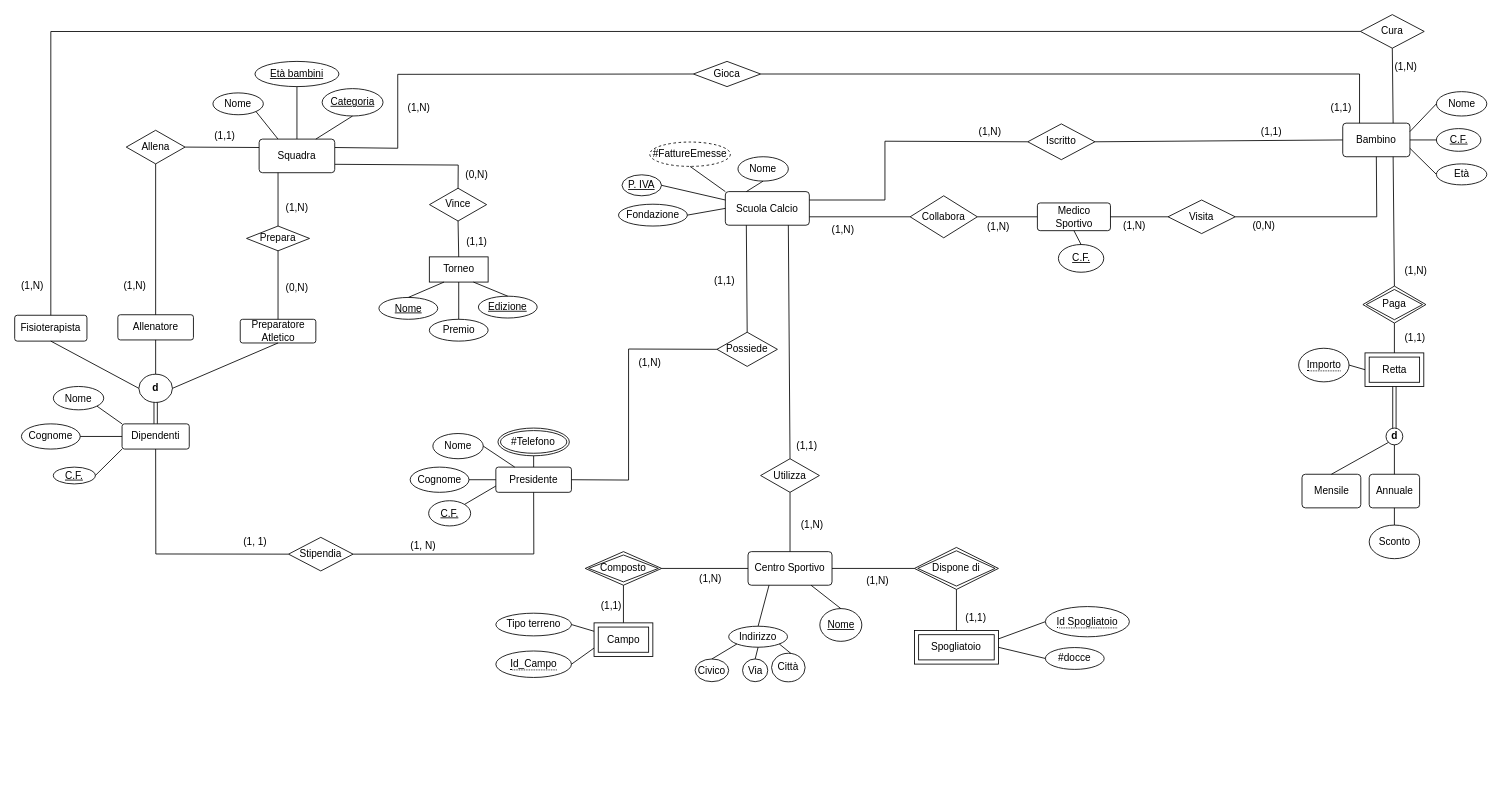
Before: modelli/EER.drawio in YantCaccia/Progetto-Basi-di-Dati, a draw.io diagram. Source tidied: cells renumbered, new cells numbered last; positions are measured from the earlier drawing's top-left corner, leaving out a move shared by most shapes. Both pictures are drawn from the tidied source at 84%, with x=0, y=0 at pixel (14, 14).
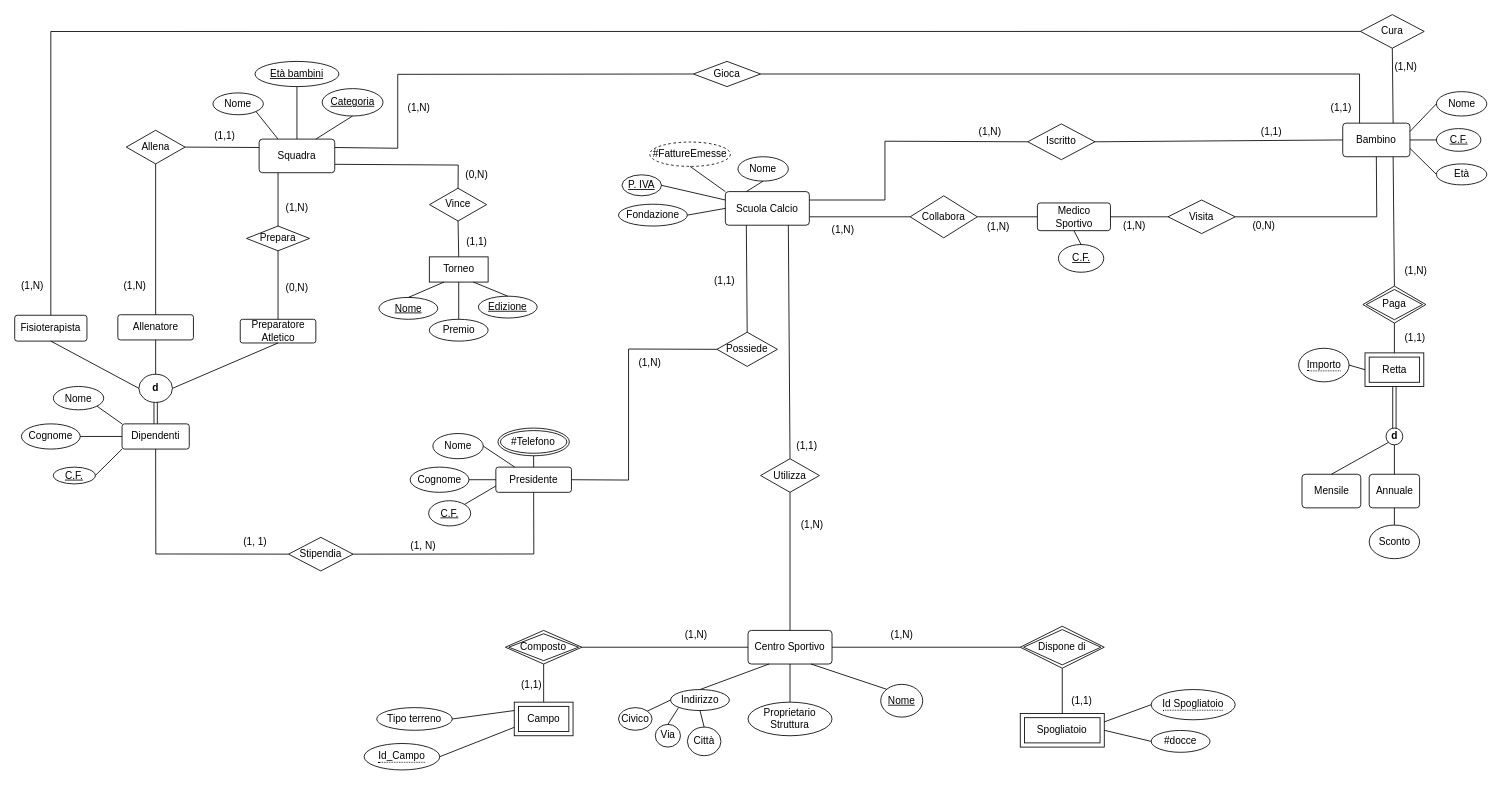
After the change.

Change to the diagram source:
```diff
@@
     <mxCell id="26" value="Centro Sportivo" style="rounded=1;arcSize=10;whiteSpace=wrap;html=1;align=center;" parent="1" vertex="1">
-      <mxGeometry x="873" y="639.2" width="100" height="40" as="geometry" />
+      <mxGeometry x="873" y="733" width="100" height="40" as="geometry" />
     </mxCell>
     <mxCell id="27" value="Dispone di" style="shape=rhombus;double=1;perimeter=rhombusPerimeter;whiteSpace=wrap;html=1;align=center;" parent="1" vertex="1">
-      <mxGeometry x="1071.1" y="634.2" width="100" height="50" as="geometry" />
+      <mxGeometry x="1197.1" y="728" width="100" height="50" as="geometry" />
     </mxCell>
     <mxCell id="28" value="Spogliatoio" style="shape=ext;margin=3;double=1;whiteSpace=wrap;html=1;align=center;" parent="1" vertex="1">
-      <mxGeometry x="1071.1" y="733.1" width="100" height="40" as="geometry" />
+      <mxGeometry x="1197.1" y="831.9" width="100" height="40" as="geometry" />
     </mxCell>
     <mxCell id="29" value="#docce" style="ellipse;whiteSpace=wrap;html=1;align=center;" parent="1" vertex="1">
-      <mxGeometry x="1227" y="753.4" width="70" height="26" as="geometry" />
+      <mxGeometry x="1353" y="852.1" width="70" height="26" as="geometry" />
     </mxCell>
@@
     <mxCell id="34" value="&lt;span style=&quot;border-bottom: 1px dotted&quot;&gt;Id Spogliatoio&lt;br&gt;&lt;/span&gt;" style="ellipse;whiteSpace=wrap;html=1;align=center;" parent="1" vertex="1">
-      <mxGeometry x="1227" y="704.6" width="100" height="36" as="geometry" />
+      <mxGeometry x="1353" y="803.4" width="100" height="36" as="geometry" />
     </mxCell>
@@
     <mxCell id="36" value="Indirizzo" style="ellipse;whiteSpace=wrap;html=1;align=center;" parent="1" vertex="1">
-      <mxGeometry x="850" y="728" width="70" height="25" as="geometry" />
+      <mxGeometry x="780.8" y="803.4" width="70" height="25" as="geometry" />
     </mxCell>
     <mxCell id="37" value="&lt;u&gt;Nome&lt;/u&gt;" style="ellipse;whiteSpace=wrap;html=1;align=center;direction=east;" parent="1" vertex="1">
-      <mxGeometry x="958.5" y="707" width="50" height="39" as="geometry" />
+      <mxGeometry x="1031" y="797.2" width="50" height="39" as="geometry" />
     </mxCell>
-    <mxCell id="38" style="endArrow=none;html=1;rounded=0;exitX=0.75;exitY=1;exitDx=0;exitDy=0;entryX=0.5;entryY=0;entryDx=0;entryDy=0;" parent="1" edge="1" source="26" target="37">
+    <mxCell id="38" style="endArrow=none;html=1;rounded=0;exitX=0.75;exitY=1;exitDx=0;exitDy=0;entryX=0;entryY=0;entryDx=0;entryDy=0;" parent="1" edge="1" source="26" target="37">
       <mxGeometry relative="1" as="geometry" />
     </mxCell>
-    <mxCell id="39" style="endArrow=none;html=1;rounded=0;exitX=1;exitY=1;exitDx=0;exitDy=0;entryX=0;entryY=0.5;entryDx=0;entryDy=0;" parent="1" edge="1" source="36">
-      <mxGeometry relative="1" as="geometry">
-        <mxPoint x="928.5" y="764" as="targetPoint" />
-      </mxGeometry>
+    <mxCell id="39" style="endArrow=none;html=1;rounded=0;exitX=0.5;exitY=1;exitDx=0;exitDy=0;entryX=0;entryY=0.5;entryDx=0;entryDy=0;" parent="1" edge="1" source="36" target="40">
+      <mxGeometry relative="1" as="geometry" />
     </mxCell>
     <mxCell id="40" value="Città" style="ellipse;whiteSpace=wrap;html=1;align=center;direction=south;" parent="1" vertex="1">
-      <mxGeometry x="901" y="760.2" width="40" height="34" as="geometry" />
+      <mxGeometry x="800.8" y="848.1" width="40" height="34" as="geometry" />
     </mxCell>
     <mxCell id="41" value="Via" style="ellipse;whiteSpace=wrap;html=1;align=center;" parent="1" vertex="1">
-      <mxGeometry x="866.5" y="767" width="30" height="27" as="geometry" />
+      <mxGeometry x="762.6" y="844.9" width="30" height="27" as="geometry" />
     </mxCell>
     <mxCell id="42" value="&lt;div&gt;Civico&lt;/div&gt;" style="ellipse;whiteSpace=wrap;html=1;align=center;" parent="1" vertex="1">
-      <mxGeometry x="810" y="767" width="40" height="27" as="geometry" />
+      <mxGeometry x="718.8" y="824.9" width="40" height="27" as="geometry" />
     </mxCell>
-    <mxCell id="43" style="endArrow=none;html=1;rounded=0;exitX=0.5;exitY=1;exitDx=0;exitDy=0;entryX=0.5;entryY=0;entryDx=0;entryDy=0;" parent="1" edge="1" source="36" target="41">
+    <mxCell id="43" style="endArrow=none;html=1;rounded=0;exitX=0;exitY=1;exitDx=0;exitDy=0;entryX=0.5;entryY=0;entryDx=0;entryDy=0;" parent="1" edge="1" source="36" target="41">
       <mxGeometry relative="1" as="geometry" />
     </mxCell>
-    <mxCell id="44" style="endArrow=none;html=1;rounded=0;exitX=0;exitY=1;exitDx=0;exitDy=0;entryX=0.5;entryY=0;entryDx=0;entryDy=0;" parent="1" edge="1" source="36" target="42">
+    <mxCell id="44" style="endArrow=none;html=1;rounded=0;exitX=0;exitY=0.5;exitDx=0;exitDy=0;entryX=1;entryY=0;entryDx=0;entryDy=0;" parent="1" edge="1" source="36" target="42">
       <mxGeometry relative="1" as="geometry" />
     </mxCell>
     <mxCell id="45" value="Composto" style="shape=rhombus;double=1;perimeter=rhombusPerimeter;whiteSpace=wrap;html=1;align=center;" parent="1" vertex="1">
-      <mxGeometry x="679.2" y="639.2" width="91" height="40" as="geometry" />
+      <mxGeometry x="584.2" y="733" width="91" height="40" as="geometry" />
     </mxCell>
@@
     <mxCell id="47" value="Campo" style="shape=ext;margin=3;double=1;whiteSpace=wrap;html=1;align=center;" parent="1" vertex="1">
-      <mxGeometry x="689.7" y="724" width="70" height="40" as="geometry" />
+      <mxGeometry x="594.7" y="818.4" width="70" height="40" as="geometry" />
     </mxCell>
@@
     <mxCell id="84" value="&lt;font style=&quot;font-size: 12px&quot;&gt;(1,1)&lt;/font&gt;" style="text;html=1;align=center;verticalAlign=middle;" parent="1" vertex="1">
-      <mxGeometry x="689.7" y="694" width="40" height="20" as="geometry" />
+      <mxGeometry x="594.7" y="788.4" width="40" height="20" as="geometry" />
     </mxCell>
     <mxCell id="85" value="&lt;font style=&quot;font-size: 12px&quot;&gt;(1,N)&lt;/font&gt;" style="text;html=1;align=center;verticalAlign=middle;" parent="1" vertex="1">
-      <mxGeometry x="808.2" y="662.2" width="40" height="20" as="geometry" />
+      <mxGeometry x="791" y="728" width="40" height="20" as="geometry" />
     </mxCell>
     <mxCell id="86" value="&lt;font style=&quot;font-size: 12px&quot;&gt;(1,N)&lt;/font&gt;" style="text;html=1;align=center;verticalAlign=middle;" parent="1" vertex="1">
-      <mxGeometry x="1007" y="663.5" width="40" height="20" as="geometry" />
+      <mxGeometry x="1036" y="728" width="40" height="20" as="geometry" />
     </mxCell>
@@
     <mxCell id="88" value="&lt;font style=&quot;font-size: 12px&quot;&gt;(1,1)&lt;/font&gt;" style="text;html=1;align=center;verticalAlign=middle;" parent="1" vertex="1">
-      <mxGeometry x="1123.5" y="708" width="40" height="20" as="geometry" />
+      <mxGeometry x="1249.5" y="806.8" width="40" height="20" as="geometry" />
     </mxCell>
@@
     <mxCell id="134" value="Tipo terreno" style="ellipse;whiteSpace=wrap;html=1;align=center;" parent="1" vertex="1">
-      <mxGeometry x="572.8" y="712.5" width="90" height="27" as="geometry" />
+      <mxGeometry x="431" y="824.9" width="90" height="27" as="geometry" />
     </mxCell>
@@
     <mxCell id="136" value="&lt;span style=&quot;border-bottom: 1px dotted&quot;&gt;Id_Campo&lt;/span&gt;" style="ellipse;whiteSpace=wrap;html=1;align=center;" parent="1" vertex="1">
-      <mxGeometry x="572.8" y="757.5" width="90" height="31.5" as="geometry" />
+      <mxGeometry x="416" y="867.6" width="90" height="31.5" as="geometry" />
     </mxCell>
@@
+    <mxCell id="163" value="Proprietario Struttura" style="ellipse;whiteSpace=wrap;html=1;align=center;" parent="1" vertex="1">
+      <mxGeometry x="873" y="818.4" width="100" height="40" as="geometry" />
+    </mxCell>
+    <mxCell id="164" style="endArrow=none;html=1;rounded=0;exitX=0.5;exitY=1;exitDx=0;exitDy=0;entryX=0.5;entryY=0;entryDx=0;entryDy=0;" parent="1" edge="1" source="26" target="163">
+      <mxGeometry relative="1" as="geometry" />
+    </mxCell>
```
